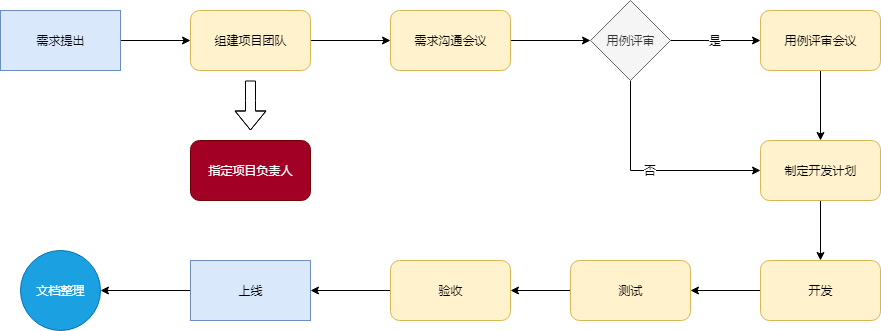
Earlier version of the draw.io export images/work/项目开发流程.png (lllliuliu/resets). Source tidied: cells renumbered, new cells last; positions are measured from the earlier drawing's top-left corner, leaving out a move shared by most shapes.
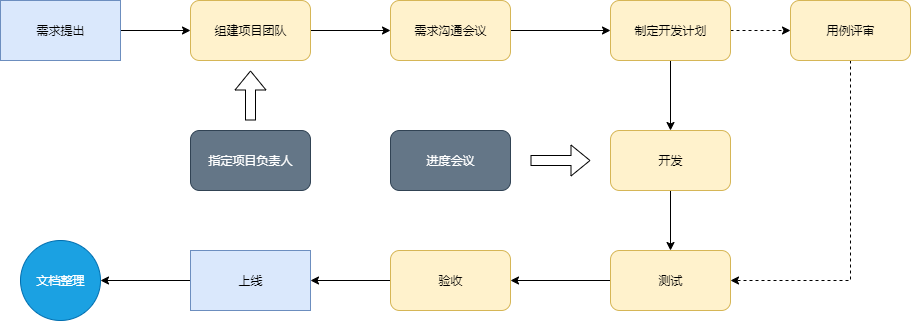
The same diagram one commit later.

Commit message:
修改项目开发流程图

Diff of the diagram source:
```diff
@@ -8,78 +8,77 @@
     <mxCell id="3" value="需求提出" style="rounded=0;whiteSpace=wrap;html=1;fillColor=#dae8fc;strokeColor=#6c8ebf;" parent="1" vertex="1">
       <mxGeometry y="10" width="120" height="60" as="geometry" />
     </mxCell>
-    <mxCell id="4" style="edgeStyle=orthogonalEdgeStyle;rounded=0;jettySize=auto;html=1;exitX=1;exitY=0.5;exitDx=0;exitDy=0;entryX=0;entryY=0.5;entryDx=0;entryDy=0;" parent="1" edge="1" source="5" target="20">
-      <mxGeometry relative="1" as="geometry" />
-    </mxCell>
+    <mxCell id="26" style="edgeStyle=orthogonalEdgeStyle;rounded=0;jettySize=auto;html=1;" parent="1" edge="1" source="5" target="9">
+      <mxGeometry relative="1" as="geometry" />
+    </mxCell>
     <mxCell id="5" value="需求沟通会议" style="rounded=1;whiteSpace=wrap;html=1;fillColor=#fff2cc;strokeColor=#d6b656;" parent="1" vertex="1">
       <mxGeometry x="390" y="10" width="120" height="60" as="geometry" />
     </mxCell>
-    <mxCell id="6" style="edgeStyle=orthogonalEdgeStyle;rounded=0;jettySize=auto;html=1;" parent="1" edge="1" source="7" target="9">
-      <mxGeometry relative="1" as="geometry" />
-    </mxCell>
-    <mxCell id="7" value="用例评审会议" style="rounded=1;whiteSpace=wrap;html=1;fillColor=#fff2cc;strokeColor=#d6b656;" parent="1" vertex="1">
-      <mxGeometry x="760" y="10" width="120" height="60" as="geometry" />
-    </mxCell>
-    <mxCell id="8" style="edgeStyle=orthogonalEdgeStyle;rounded=0;jettySize=auto;html=1;" parent="1" edge="1" source="9" target="11">
-      <mxGeometry relative="1" as="geometry" />
-    </mxCell>
+    <mxCell id="27" style="edgeStyle=orthogonalEdgeStyle;rounded=0;jettySize=auto;html=1;dashed=1;" parent="1" edge="1" source="9" target="20">
+      <mxGeometry relative="1" as="geometry" />
+    </mxCell>
+    <mxCell id="28" style="edgeStyle=orthogonalEdgeStyle;rounded=0;jettySize=auto;html=1;entryX=0.5;entryY=0;entryDx=0;entryDy=0;" parent="1" edge="1" source="9" target="30">
+      <mxGeometry relative="1" as="geometry" />
+    </mxCell>
     <mxCell id="9" value="制定开发计划" style="rounded=1;whiteSpace=wrap;html=1;fillColor=#fff2cc;strokeColor=#d6b656;" parent="1" vertex="1">
-      <mxGeometry x="760" y="140" width="120" height="60" as="geometry" />
+      <mxGeometry x="610" y="10" width="120" height="60" as="geometry" />
     </mxCell>
+    <mxCell id="29" style="edgeStyle=orthogonalEdgeStyle;rounded=0;jettySize=auto;html=1;entryX=0.5;entryY=0;entryDx=0;entryDy=0;" parent="1" edge="1" source="30" target="11">
+      <mxGeometry relative="1" as="geometry" />
+    </mxCell>
+    <mxCell id="30" value="开发" style="rounded=1;whiteSpace=wrap;html=1;fillColor=#fff2cc;strokeColor=#d6b656;" parent="1" vertex="1">
+      <mxGeometry x="610" y="140" width="120" height="60" as="geometry" />
+    </mxCell>
+    <mxCell id="31" style="edgeStyle=orthogonalEdgeStyle;rounded=0;jettySize=auto;html=1;entryX=1;entryY=0.5;entryDx=0;entryDy=0;exitX=0.5;exitY=1;exitDx=0;exitDy=0;dashed=1;" parent="1" edge="1" source="20" target="11">
+      <mxGeometry relative="1" as="geometry" />
+    </mxCell>
+    <mxCell id="20" value="用例评审" style="rounded=1;whiteSpace=wrap;html=1;fillColor=#fff2cc;strokeColor=#d6b656;" parent="1" vertex="1">
+      <mxGeometry x="790" y="10" width="120" height="60" as="geometry" />
+    </mxCell>
     <mxCell id="10" style="edgeStyle=orthogonalEdgeStyle;rounded=0;jettySize=auto;html=1;" parent="1" edge="1" source="11" target="13">
       <mxGeometry relative="1" as="geometry" />
     </mxCell>
-    <mxCell id="11" value="开发" style="rounded=1;whiteSpace=wrap;html=1;fillColor=#fff2cc;strokeColor=#d6b656;" parent="1" vertex="1">
-      <mxGeometry x="760" y="260" width="120" height="60" as="geometry" />
+    <mxCell id="11" value="测试" style="rounded=1;whiteSpace=wrap;html=1;fillColor=#fff2cc;strokeColor=#d6b656;" parent="1" vertex="1">
+      <mxGeometry x="610" y="260" width="120" height="60" as="geometry" />
     </mxCell>
-    <mxCell id="12" style="edgeStyle=orthogonalEdgeStyle;rounded=0;jettySize=auto;html=1;" parent="1" edge="1" source="13" target="15">
+    <mxCell id="12" style="edgeStyle=orthogonalEdgeStyle;rounded=0;jettySize=auto;html=1;entryX=1;entryY=0.5;entryDx=0;entryDy=0;" parent="1" edge="1" source="13" target="17">
       <mxGeometry relative="1" as="geometry" />
     </mxCell>
-    <mxCell id="13" value="测试" style="rounded=1;whiteSpace=wrap;html=1;fillColor=#fff2cc;strokeColor=#d6b656;" parent="1" vertex="1">
-      <mxGeometry x="570" y="260" width="120" height="60" as="geometry" />
+    <mxCell id="13" value="验收" style="rounded=1;whiteSpace=wrap;html=1;fillColor=#fff2cc;strokeColor=#d6b656;" parent="1" vertex="1">
+      <mxGeometry x="390" y="260" width="120" height="60" as="geometry" />
     </mxCell>
-    <mxCell id="14" style="edgeStyle=orthogonalEdgeStyle;rounded=0;jettySize=auto;html=1;" parent="1" edge="1" source="15" target="17">
-      <mxGeometry relative="1" as="geometry" />
-    </mxCell>
-    <mxCell id="15" value="验收" style="rounded=1;whiteSpace=wrap;html=1;fillColor=#fff2cc;strokeColor=#d6b656;" parent="1" vertex="1">
-      <mxGeometry x="390" y="260" width="120" height="60" as="geometry" />
-    </mxCell>
     <mxCell id="16" style="edgeStyle=orthogonalEdgeStyle;rounded=0;jettySize=auto;html=1;entryX=1;entryY=0.5;entryDx=0;entryDy=0;" parent="1" edge="1" source="17" target="25">
       <mxGeometry relative="1" as="geometry" />
     </mxCell>
     <mxCell id="17" value="上线" style="rounded=0;whiteSpace=wrap;html=1;fillColor=#dae8fc;strokeColor=#6c8ebf;" parent="1" vertex="1">
       <mxGeometry x="190" y="260" width="120" height="60" as="geometry" />
     </mxCell>
-    <mxCell id="18" value="是" style="edgeStyle=orthogonalEdgeStyle;rounded=0;jettySize=auto;html=1;" parent="1" edge="1" source="20" target="7">
-      <mxGeometry relative="1" as="geometry" />
-    </mxCell>
-    <mxCell id="19" value="否" style="edgeStyle=orthogonalEdgeStyle;rounded=0;jettySize=auto;html=1;exitX=0.5;exitY=1;exitDx=0;exitDy=0;entryX=0;entryY=0.5;entryDx=0;entryDy=0;" parent="1" edge="1" source="20" target="9">
-      <mxGeometry relative="1" as="geometry" />
-    </mxCell>
-    <mxCell id="20" value="用例评审" style="rhombus;whiteSpace=wrap;html=1;fillColor=#f5f5f5;strokeColor=#666666;fontColor=#333333;" parent="1" vertex="1">
-      <mxGeometry x="590" width="80" height="80" as="geometry" />
-    </mxCell>
     <mxCell id="21" style="edgeStyle=orthogonalEdgeStyle;rounded=0;jettySize=auto;html=1;exitX=1;exitY=0.5;exitDx=0;exitDy=0;" parent="1" edge="1" source="23" target="5">
       <mxGeometry relative="1" as="geometry" />
     </mxCell>
-    <mxCell id="22" style="edgeStyle=orthogonalEdgeStyle;rounded=0;orthogonalLoop=1;jettySize=auto;html=1;shape=flexArrow;" parent="1" edge="1">
-      <mxGeometry relative="1" as="geometry">
-        <mxPoint x="250" y="80" as="sourcePoint" />
-        <mxPoint x="250" y="130" as="targetPoint" />
-        <Array as="points">
-          <mxPoint x="250" y="100" />
-          <mxPoint x="250" y="100" />
-        </Array>
-      </mxGeometry>
-    </mxCell>
     <mxCell id="23" value="组建项目团队" style="rounded=1;whiteSpace=wrap;html=1;fillColor=#fff2cc;strokeColor=#d6b656;" parent="1" vertex="1">
       <mxGeometry x="190" y="10" width="120" height="60" as="geometry" />
     </mxCell>
-    <mxCell id="24" value="指定项目负责人" style="rounded=1;whiteSpace=wrap;html=1;fillColor=#a20025;strokeColor=#6F0000;fontColor=#ffffff;" parent="1" vertex="1">
+    <mxCell id="24" value="指定项目负责人" style="rounded=1;whiteSpace=wrap;html=1;fillColor=#647687;strokeColor=#314354;fontColor=#ffffff;" parent="1" vertex="1">
       <mxGeometry x="190" y="140" width="120" height="60" as="geometry" />
     </mxCell>
     <mxCell id="25" value="文档整理" style="ellipse;whiteSpace=wrap;html=1;fillColor=#1ba1e2;strokeColor=#006EAF;fontColor=#ffffff;" parent="1" vertex="1">
       <mxGeometry x="20" y="250" width="80" height="80" as="geometry" />
     </mxCell>
+    <mxCell id="32" style="shape=flexArrow;endArrow=classic;html=1;" parent="1" edge="1">
+      <mxGeometry relative="1" as="geometry">
+        <mxPoint x="250" y="130" as="sourcePoint" />
+        <mxPoint x="250" y="80" as="targetPoint" />
+      </mxGeometry>
+    </mxCell>
+    <mxCell id="33" value="进度会议" style="rounded=1;whiteSpace=wrap;html=1;fillColor=#647687;strokeColor=#314354;fontColor=#ffffff;" parent="1" vertex="1">
+      <mxGeometry x="390" y="140" width="120" height="60" as="geometry" />
+    </mxCell>
+    <mxCell id="34" style="shape=flexArrow;endArrow=classic;html=1;" parent="1" edge="1">
+      <mxGeometry relative="1" as="geometry">
+        <mxPoint x="530" y="170" as="sourcePoint" />
+        <mxPoint x="590" y="170" as="targetPoint" />
+      </mxGeometry>
+    </mxCell>
   </root>
 </mxGraphModel>
```
